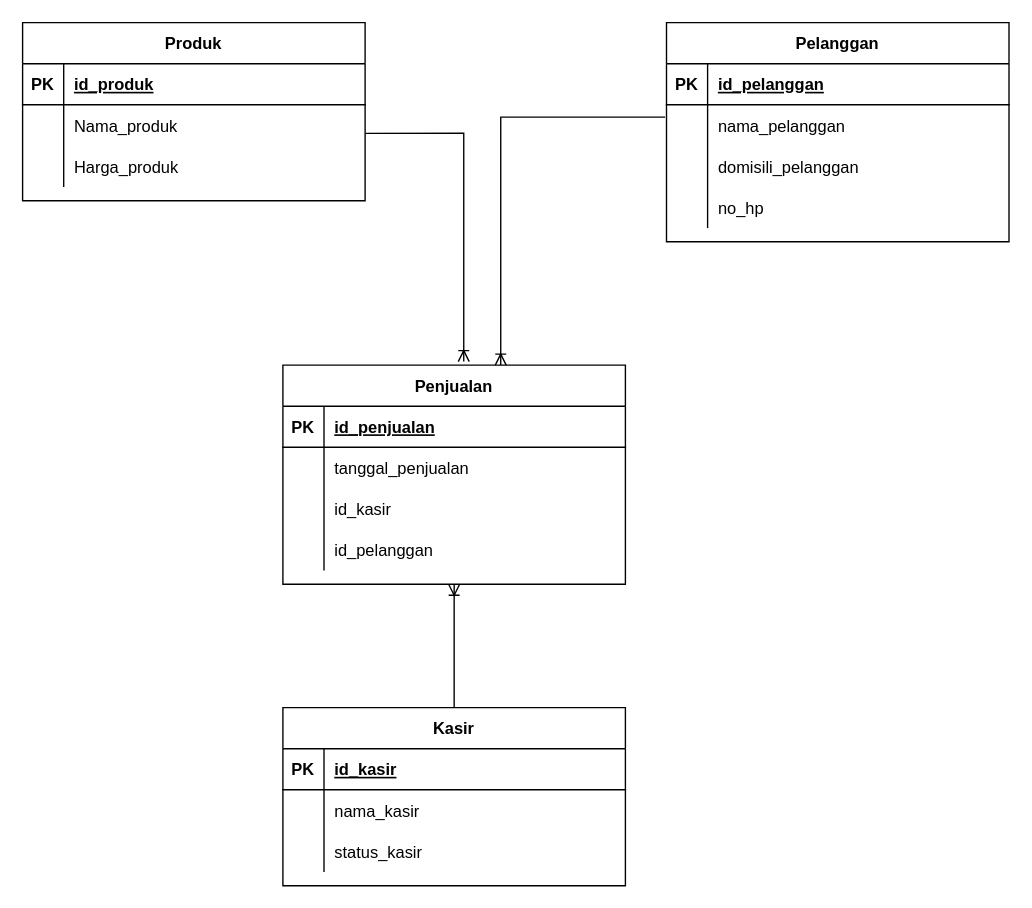
Before: SI10_Tugas3_0110121210.drawio in FaisalAkhdan/ERD-Penjualan, a draw.io diagram. Source tidied: cells renumbered, new cells numbered last; positions are measured from the earlier drawing's top-left corner, leaving out a move shared by most shapes. Both pictures are drawn from the tidied source at 137%, with x=0, y=0 at pixel (22, 22).
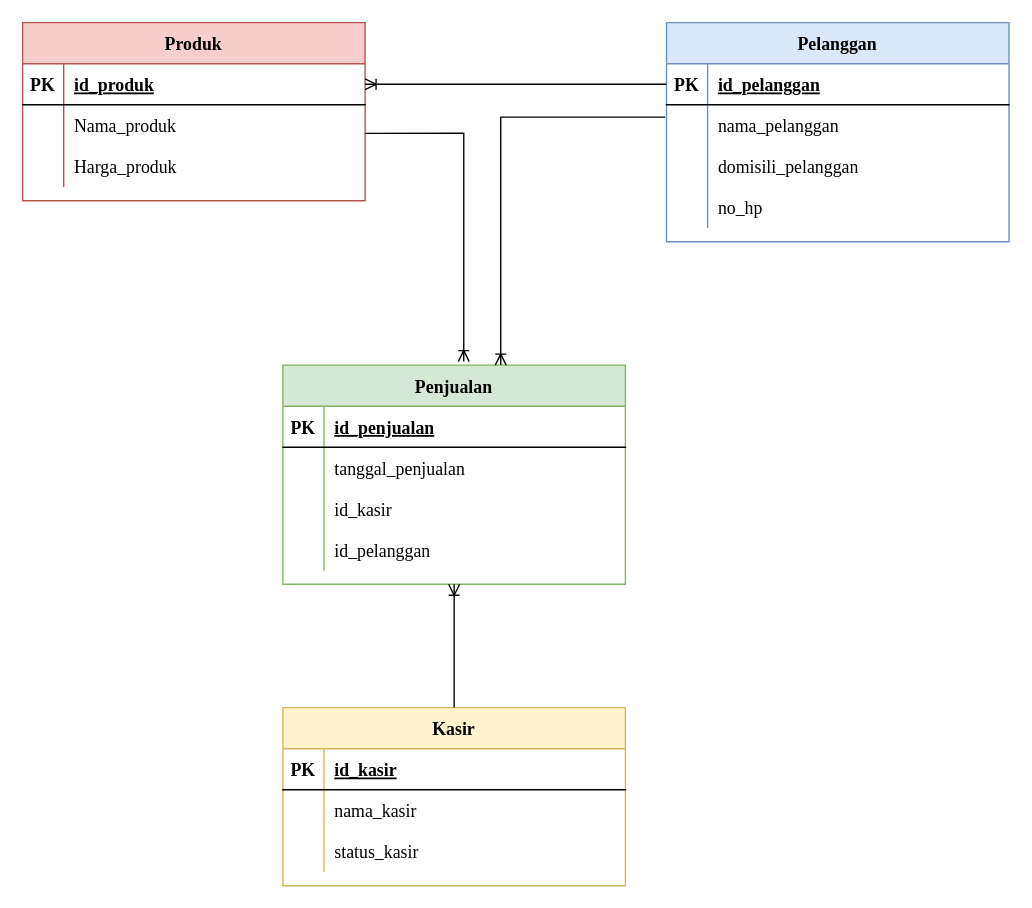
The same diagram, later.

What changed in the source:
```diff
@@
-    <mxCell id="2" value="Pelanggan" style="shape=table;startSize=30;childLayout=tableLayout;rowLines=0;fontStyle=1;align=center;" parent="1" vertex="1">
+    <mxCell id="2" value="Pelanggan" style="shape=table;startSize=30;childLayout=tableLayout;rowLines=0;fontStyle=1;align=center;fillColor=#dae8fc;strokeColor=#6c8ebf;fontColor=#000000;fontFamily=Times New Roman;fontSize=13;" parent="1" vertex="1">
       <mxGeometry x="470" width="250" height="160" as="geometry" />
     </mxCell>
-    <mxCell id="3" style="shape=partialRectangle;fillColor=none;points=[[0,0.5],[1,0.5]];portConstraint=eastwest;top=0;left=0;right=0;bottom=1;" parent="2" vertex="1">
+    <mxCell id="3" style="shape=partialRectangle;fillColor=none;points=[[0,0.5],[1,0.5]];portConstraint=eastwest;top=0;left=0;right=0;bottom=1;fontColor=#000000;fontFamily=Times New Roman;fontSize=13;" parent="2" vertex="1">
       <mxGeometry y="30" width="250" height="30" as="geometry" />
     </mxCell>
-    <mxCell id="4" value="PK" style="shape=partialRectangle;overflow=hidden;fillColor=none;top=0;left=0;bottom=0;right=0;fontStyle=1;" parent="3" vertex="1">
+    <mxCell id="4" value="PK" style="shape=partialRectangle;overflow=hidden;fillColor=none;top=0;left=0;bottom=0;right=0;fontStyle=1;fontColor=#000000;fontFamily=Times New Roman;fontSize=13;" parent="3" vertex="1">
       <mxGeometry width="30" height="30" as="geometry" />
     </mxCell>
-    <mxCell id="5" value="id_pelanggan" style="shape=partialRectangle;overflow=hidden;fillColor=none;top=0;left=0;bottom=0;right=0;align=left;spacingLeft=6;fontStyle=5;" parent="3" vertex="1">
+    <mxCell id="5" value="id_pelanggan" style="shape=partialRectangle;overflow=hidden;fillColor=none;top=0;left=0;bottom=0;right=0;align=left;spacingLeft=6;fontStyle=5;fontColor=#000000;fontFamily=Times New Roman;fontSize=13;" parent="3" vertex="1">
       <mxGeometry x="30" width="220" height="30" as="geometry" />
     </mxCell>
-    <mxCell id="6" style="shape=partialRectangle;fillColor=none;points=[[0,0.5],[1,0.5]];portConstraint=eastwest;top=0;left=0;right=0;bottom=0;" parent="2" vertex="1">
+    <mxCell id="6" style="shape=partialRectangle;fillColor=none;points=[[0,0.5],[1,0.5]];portConstraint=eastwest;top=0;left=0;right=0;bottom=0;fontColor=#000000;fontFamily=Times New Roman;fontSize=13;" parent="2" vertex="1">
       <mxGeometry y="60" width="250" height="30" as="geometry" />
     </mxCell>
-    <mxCell id="7" style="shape=partialRectangle;overflow=hidden;fillColor=none;top=0;left=0;bottom=0;right=0;" parent="6" vertex="1">
+    <mxCell id="7" style="shape=partialRectangle;overflow=hidden;fillColor=none;top=0;left=0;bottom=0;right=0;fontColor=#000000;fontFamily=Times New Roman;fontSize=13;" parent="6" vertex="1">
       <mxGeometry width="30" height="30" as="geometry" />
     </mxCell>
-    <mxCell id="8" value="nama_pelanggan" style="shape=partialRectangle;overflow=hidden;fillColor=none;top=0;left=0;bottom=0;right=0;align=left;spacingLeft=6;" parent="6" vertex="1">
+    <mxCell id="8" value="nama_pelanggan" style="shape=partialRectangle;overflow=hidden;fillColor=none;top=0;left=0;bottom=0;right=0;align=left;spacingLeft=6;fontColor=#000000;fontFamily=Times New Roman;fontSize=13;" parent="6" vertex="1">
       <mxGeometry x="30" width="220" height="30" as="geometry" />
     </mxCell>
-    <mxCell id="9" style="shape=partialRectangle;fillColor=none;top=0;left=0;right=0;bottom=0;" parent="2" vertex="1">
+    <mxCell id="9" style="shape=partialRectangle;fillColor=none;top=0;left=0;right=0;bottom=0;fontColor=#000000;fontFamily=Times New Roman;fontSize=13;" parent="2" vertex="1">
       <mxGeometry y="90" width="250" height="30" as="geometry" />
     </mxCell>
-    <mxCell id="10" style="shape=partialRectangle;overflow=hidden;fillColor=none;top=0;left=0;bottom=0;right=0;" parent="9" vertex="1">
+    <mxCell id="10" style="shape=partialRectangle;overflow=hidden;fillColor=none;top=0;left=0;bottom=0;right=0;fontColor=#000000;fontFamily=Times New Roman;fontSize=13;" parent="9" vertex="1">
       <mxGeometry width="30" height="30" as="geometry" />
     </mxCell>
-    <mxCell id="11" value="domisili_pelanggan" style="shape=partialRectangle;overflow=hidden;fillColor=none;top=0;left=0;bottom=0;right=0;align=left;spacingLeft=6;" parent="9" vertex="1">
+    <mxCell id="11" value="domisili_pelanggan" style="shape=partialRectangle;overflow=hidden;fillColor=none;top=0;left=0;bottom=0;right=0;align=left;spacingLeft=6;fontColor=#000000;fontFamily=Times New Roman;fontSize=13;" parent="9" vertex="1">
       <mxGeometry x="30" width="220" height="30" as="geometry" />
     </mxCell>
-    <mxCell id="12" style="shape=partialRectangle;fillColor=none;top=0;left=0;right=0;bottom=0;" parent="2" vertex="1">
+    <mxCell id="12" style="shape=partialRectangle;fillColor=none;top=0;left=0;right=0;bottom=0;fontColor=#000000;fontFamily=Times New Roman;fontSize=13;" parent="2" vertex="1">
       <mxGeometry y="120" width="250" height="30" as="geometry" />
     </mxCell>
-    <mxCell id="13" style="shape=partialRectangle;overflow=hidden;fillColor=none;top=0;left=0;bottom=0;right=0;" parent="12" vertex="1">
+    <mxCell id="13" style="shape=partialRectangle;overflow=hidden;fillColor=none;top=0;left=0;bottom=0;right=0;fontColor=#000000;fontFamily=Times New Roman;fontSize=13;" parent="12" vertex="1">
       <mxGeometry width="30" height="30" as="geometry" />
     </mxCell>
-    <mxCell id="14" value="no_hp" style="shape=partialRectangle;overflow=hidden;fillColor=none;top=0;left=0;bottom=0;right=0;align=left;spacingLeft=6;" parent="12" vertex="1">
+    <mxCell id="14" value="no_hp" style="shape=partialRectangle;overflow=hidden;fillColor=none;top=0;left=0;bottom=0;right=0;align=left;spacingLeft=6;fontColor=#000000;fontFamily=Times New Roman;fontSize=13;" parent="12" vertex="1">
       <mxGeometry x="30" width="220" height="30" as="geometry" />
     </mxCell>
-    <mxCell id="15" value="Kasir" style="shape=table;startSize=30;childLayout=tableLayout;rowLines=0;fontStyle=1;align=center;" parent="1" vertex="1">
+    <mxCell id="15" value="Kasir" style="shape=table;startSize=30;childLayout=tableLayout;rowLines=0;fontStyle=1;align=center;fillColor=#fff2cc;strokeColor=#d6b656;fontColor=#000000;fontFamily=Times New Roman;fontSize=13;" parent="1" vertex="1">
       <mxGeometry x="190" y="500" width="250" height="130" as="geometry" />
     </mxCell>
-    <mxCell id="16" style="shape=partialRectangle;fillColor=none;top=0;left=0;right=0;bottom=1;" parent="15" vertex="1">
+    <mxCell id="16" style="shape=partialRectangle;fillColor=none;top=0;left=0;right=0;bottom=1;fontColor=#000000;fontFamily=Times New Roman;fontSize=13;" parent="15" vertex="1">
       <mxGeometry y="30" width="250" height="30" as="geometry" />
     </mxCell>
-    <mxCell id="17" value="PK" style="shape=partialRectangle;overflow=hidden;fillColor=none;top=0;left=0;bottom=0;right=0;fontStyle=1;" parent="16" vertex="1">
+    <mxCell id="17" value="PK" style="shape=partialRectangle;overflow=hidden;fillColor=none;top=0;left=0;bottom=0;right=0;fontStyle=1;fontColor=#000000;fontFamily=Times New Roman;fontSize=13;" parent="16" vertex="1">
       <mxGeometry width="30" height="30" as="geometry" />
     </mxCell>
-    <mxCell id="18" value="id_kasir" style="shape=partialRectangle;overflow=hidden;fillColor=none;top=0;left=0;bottom=0;right=0;align=left;spacingLeft=6;fontStyle=5;" parent="16" vertex="1">
+    <mxCell id="18" value="id_kasir" style="shape=partialRectangle;overflow=hidden;fillColor=none;top=0;left=0;bottom=0;right=0;align=left;spacingLeft=6;fontStyle=5;fontColor=#000000;fontFamily=Times New Roman;fontSize=13;" parent="16" vertex="1">
       <mxGeometry x="30" width="220" height="30" as="geometry" />
     </mxCell>
-    <mxCell id="19" style="shape=partialRectangle;fillColor=none;top=0;left=0;right=0;bottom=0;" parent="15" vertex="1">
+    <mxCell id="19" style="shape=partialRectangle;fillColor=none;top=0;left=0;right=0;bottom=0;fontColor=#000000;fontFamily=Times New Roman;fontSize=13;" parent="15" vertex="1">
       <mxGeometry y="60" width="250" height="30" as="geometry" />
     </mxCell>
-    <mxCell id="20" style="shape=partialRectangle;overflow=hidden;fillColor=none;top=0;left=0;bottom=0;right=0;" parent="19" vertex="1">
+    <mxCell id="20" style="shape=partialRectangle;overflow=hidden;fillColor=none;top=0;left=0;bottom=0;right=0;fontColor=#000000;fontFamily=Times New Roman;fontSize=13;" parent="19" vertex="1">
       <mxGeometry width="30" height="30" as="geometry" />
     </mxCell>
-    <mxCell id="21" value="nama_kasir" style="shape=partialRectangle;overflow=hidden;fillColor=none;top=0;left=0;bottom=0;right=0;align=left;spacingLeft=6;" parent="19" vertex="1">
+    <mxCell id="21" value="nama_kasir" style="shape=partialRectangle;overflow=hidden;fillColor=none;top=0;left=0;bottom=0;right=0;align=left;spacingLeft=6;fontColor=#000000;fontFamily=Times New Roman;fontSize=13;" parent="19" vertex="1">
       <mxGeometry x="30" width="220" height="30" as="geometry" />
     </mxCell>
-    <mxCell id="22" style="shape=partialRectangle;fillColor=none;top=0;left=0;right=0;bottom=0;" parent="15" vertex="1">
+    <mxCell id="22" style="shape=partialRectangle;fillColor=none;top=0;left=0;right=0;bottom=0;fontColor=#000000;fontFamily=Times New Roman;fontSize=13;" parent="15" vertex="1">
       <mxGeometry y="90" width="250" height="30" as="geometry" />
     </mxCell>
-    <mxCell id="23" style="shape=partialRectangle;overflow=hidden;fillColor=none;top=0;left=0;bottom=0;right=0;" parent="22" vertex="1">
+    <mxCell id="23" style="shape=partialRectangle;overflow=hidden;fillColor=none;top=0;left=0;bottom=0;right=0;fontColor=#000000;fontFamily=Times New Roman;fontSize=13;" parent="22" vertex="1">
       <mxGeometry width="30" height="30" as="geometry" />
     </mxCell>
-    <mxCell id="24" value="status_kasir" style="shape=partialRectangle;overflow=hidden;fillColor=none;top=0;left=0;bottom=0;right=0;align=left;spacingLeft=6;" parent="22" vertex="1">
+    <mxCell id="24" value="status_kasir" style="shape=partialRectangle;overflow=hidden;fillColor=none;top=0;left=0;bottom=0;right=0;align=left;spacingLeft=6;fontColor=#000000;fontFamily=Times New Roman;fontSize=13;" parent="22" vertex="1">
       <mxGeometry x="30" width="220" height="30" as="geometry" />
     </mxCell>
-    <mxCell id="25" value="Produk" style="shape=table;startSize=30;childLayout=tableLayout;rowLines=0;fontStyle=1;align=center;" parent="1" vertex="1">
+    <mxCell id="25" value="Produk" style="shape=table;startSize=30;childLayout=tableLayout;rowLines=0;fontStyle=1;align=center;fillColor=#f8cecc;strokeColor=#b85450;fontColor=#000000;fontFamily=Times New Roman;fontSize=13;" parent="1" vertex="1">
       <mxGeometry width="250" height="130" as="geometry" />
     </mxCell>
-    <mxCell id="26" style="shape=partialRectangle;fillColor=none;points=[[0,0.5],[1,0.5]];portConstraint=eastwest;top=0;left=0;right=0;bottom=1;" parent="25" vertex="1">
+    <mxCell id="26" style="shape=partialRectangle;fillColor=none;points=[[0,0.5],[1,0.5]];portConstraint=eastwest;top=0;left=0;right=0;bottom=1;fontColor=#000000;fontFamily=Times New Roman;fontSize=13;" parent="25" vertex="1">
       <mxGeometry y="30" width="250" height="30" as="geometry" />
     </mxCell>
-    <mxCell id="27" value="PK" style="shape=partialRectangle;overflow=hidden;fillColor=none;top=0;left=0;bottom=0;right=0;fontStyle=1;" parent="26" vertex="1">
+    <mxCell id="27" value="PK" style="shape=partialRectangle;overflow=hidden;fillColor=none;top=0;left=0;bottom=0;right=0;fontStyle=1;fontColor=#000000;fontFamily=Times New Roman;fontSize=13;" parent="26" vertex="1">
       <mxGeometry width="30" height="30" as="geometry" />
     </mxCell>
-    <mxCell id="28" value="id_produk" style="shape=partialRectangle;overflow=hidden;fillColor=none;top=0;left=0;bottom=0;right=0;align=left;spacingLeft=6;fontStyle=5;" parent="26" vertex="1">
+    <mxCell id="28" value="id_produk" style="shape=partialRectangle;overflow=hidden;fillColor=none;top=0;left=0;bottom=0;right=0;align=left;spacingLeft=6;fontStyle=5;fontColor=#000000;fontFamily=Times New Roman;fontSize=13;" parent="26" vertex="1">
       <mxGeometry x="30" width="220" height="30" as="geometry" />
     </mxCell>
-    <mxCell id="29" style="shape=partialRectangle;fillColor=none;points=[[0,0.5],[1,0.5]];portConstraint=eastwest;top=0;left=0;right=0;bottom=0;" parent="25" vertex="1">
+    <mxCell id="29" style="shape=partialRectangle;fillColor=none;points=[[0,0.5],[1,0.5]];portConstraint=eastwest;top=0;left=0;right=0;bottom=0;fontColor=#000000;fontFamily=Times New Roman;fontSize=13;" parent="25" vertex="1">
       <mxGeometry y="60" width="250" height="30" as="geometry" />
     </mxCell>
-    <mxCell id="30" style="shape=partialRectangle;overflow=hidden;fillColor=none;top=0;left=0;bottom=0;right=0;" parent="29" vertex="1">
+    <mxCell id="30" style="shape=partialRectangle;overflow=hidden;fillColor=none;top=0;left=0;bottom=0;right=0;fontColor=#000000;fontFamily=Times New Roman;fontSize=13;" parent="29" vertex="1">
       <mxGeometry width="30" height="30" as="geometry" />
     </mxCell>
-    <mxCell id="31" value="Nama_produk" style="shape=partialRectangle;overflow=hidden;fillColor=none;top=0;left=0;bottom=0;right=0;align=left;spacingLeft=6;" parent="29" vertex="1">
+    <mxCell id="31" value="Nama_produk" style="shape=partialRectangle;overflow=hidden;fillColor=none;top=0;left=0;bottom=0;right=0;align=left;spacingLeft=6;fontColor=#000000;fontFamily=Times New Roman;fontSize=13;" parent="29" vertex="1">
       <mxGeometry x="30" width="220" height="30" as="geometry" />
     </mxCell>
-    <mxCell id="32" style="shape=partialRectangle;fillColor=none;top=0;left=0;right=0;bottom=0;" parent="25" vertex="1">
+    <mxCell id="32" style="shape=partialRectangle;fillColor=none;top=0;left=0;right=0;bottom=0;fontColor=#000000;fontFamily=Times New Roman;fontSize=13;" parent="25" vertex="1">
       <mxGeometry y="90" width="250" height="30" as="geometry" />
     </mxCell>
-    <mxCell id="33" style="shape=partialRectangle;overflow=hidden;fillColor=none;top=0;left=0;bottom=0;right=0;" parent="32" vertex="1">
+    <mxCell id="33" style="shape=partialRectangle;overflow=hidden;fillColor=none;top=0;left=0;bottom=0;right=0;fontColor=#000000;fontFamily=Times New Roman;fontSize=13;" parent="32" vertex="1">
       <mxGeometry width="30" height="30" as="geometry" />
     </mxCell>
-    <mxCell id="34" value="Harga_produk" style="shape=partialRectangle;overflow=hidden;fillColor=none;top=0;left=0;bottom=0;right=0;align=left;spacingLeft=6;" parent="32" vertex="1">
+    <mxCell id="34" value="Harga_produk" style="shape=partialRectangle;overflow=hidden;fillColor=none;top=0;left=0;bottom=0;right=0;align=left;spacingLeft=6;fontColor=#000000;fontFamily=Times New Roman;fontSize=13;" parent="32" vertex="1">
       <mxGeometry x="30" width="220" height="30" as="geometry" />
     </mxCell>
-    <mxCell id="35" value="Penjualan" style="shape=table;startSize=30;childLayout=tableLayout;rowLines=0;fontStyle=1;align=center;" parent="1" vertex="1">
+    <mxCell id="35" value="Penjualan" style="shape=table;startSize=30;childLayout=tableLayout;rowLines=0;fontStyle=1;align=center;fillColor=#d5e8d4;strokeColor=#82b366;fontColor=#000000;fontFamily=Times New Roman;fontSize=13;" parent="1" vertex="1">
       <mxGeometry x="190" y="250" width="250" height="160" as="geometry" />
     </mxCell>
-    <mxCell id="36" style="shape=partialRectangle;fillColor=none;top=0;left=0;right=0;bottom=1;" parent="35" vertex="1">
+    <mxCell id="36" style="shape=partialRectangle;fillColor=none;top=0;left=0;right=0;bottom=1;fontColor=#000000;fontFamily=Times New Roman;fontSize=13;" parent="35" vertex="1">
       <mxGeometry y="30" width="250" height="30" as="geometry" />
     </mxCell>
-    <mxCell id="37" value="PK" style="shape=partialRectangle;overflow=hidden;fillColor=none;top=0;left=0;bottom=0;right=0;fontStyle=1;" parent="36" vertex="1">
+    <mxCell id="37" value="PK" style="shape=partialRectangle;overflow=hidden;fillColor=none;top=0;left=0;bottom=0;right=0;fontStyle=1;fontColor=#000000;fontFamily=Times New Roman;fontSize=13;" parent="36" vertex="1">
       <mxGeometry width="30" height="30" as="geometry" />
     </mxCell>
-    <mxCell id="38" value="id_penjualan" style="shape=partialRectangle;overflow=hidden;fillColor=none;top=0;left=0;bottom=0;right=0;align=left;spacingLeft=6;fontStyle=5;" parent="36" vertex="1">
+    <mxCell id="38" value="id_penjualan" style="shape=partialRectangle;overflow=hidden;fillColor=none;top=0;left=0;bottom=0;right=0;align=left;spacingLeft=6;fontStyle=5;fontColor=#000000;fontFamily=Times New Roman;fontSize=13;" parent="36" vertex="1">
       <mxGeometry x="30" width="220" height="30" as="geometry" />
     </mxCell>
-    <mxCell id="39" style="shape=partialRectangle;fillColor=none;top=0;left=0;right=0;bottom=0;" parent="35" vertex="1">
+    <mxCell id="39" style="shape=partialRectangle;fillColor=none;top=0;left=0;right=0;bottom=0;fontColor=#000000;fontFamily=Times New Roman;fontSize=13;" parent="35" vertex="1">
       <mxGeometry y="60" width="250" height="30" as="geometry" />
     </mxCell>
-    <mxCell id="40" style="shape=partialRectangle;overflow=hidden;fillColor=none;top=0;left=0;bottom=0;right=0;" parent="39" vertex="1">
+    <mxCell id="40" style="shape=partialRectangle;overflow=hidden;fillColor=none;top=0;left=0;bottom=0;right=0;fontColor=#000000;fontFamily=Times New Roman;fontSize=13;" parent="39" vertex="1">
       <mxGeometry width="30" height="30" as="geometry" />
     </mxCell>
-    <mxCell id="41" value="tanggal_penjualan" style="shape=partialRectangle;overflow=hidden;fillColor=none;top=0;left=0;bottom=0;right=0;align=left;spacingLeft=6;" parent="39" vertex="1">
+    <mxCell id="41" value="tanggal_penjualan" style="shape=partialRectangle;overflow=hidden;fillColor=none;top=0;left=0;bottom=0;right=0;align=left;spacingLeft=6;fontColor=#000000;fontFamily=Times New Roman;fontSize=13;" parent="39" vertex="1">
       <mxGeometry x="30" width="220" height="30" as="geometry" />
     </mxCell>
-    <mxCell id="42" style="shape=partialRectangle;fillColor=none;top=0;left=0;right=0;bottom=0;" parent="35" vertex="1">
+    <mxCell id="42" style="shape=partialRectangle;fillColor=none;top=0;left=0;right=0;bottom=0;fontColor=#000000;fontFamily=Times New Roman;fontSize=13;" parent="35" vertex="1">
       <mxGeometry y="90" width="250" height="30" as="geometry" />
     </mxCell>
-    <mxCell id="43" style="shape=partialRectangle;overflow=hidden;fillColor=none;top=0;left=0;bottom=0;right=0;" parent="42" vertex="1">
+    <mxCell id="43" style="shape=partialRectangle;overflow=hidden;fillColor=none;top=0;left=0;bottom=0;right=0;fontColor=#000000;fontFamily=Times New Roman;fontSize=13;" parent="42" vertex="1">
       <mxGeometry width="30" height="30" as="geometry" />
     </mxCell>
-    <mxCell id="44" value="id_kasir" style="shape=partialRectangle;overflow=hidden;fillColor=none;top=0;left=0;bottom=0;right=0;align=left;spacingLeft=6;" parent="42" vertex="1">
+    <mxCell id="44" value="id_kasir" style="shape=partialRectangle;overflow=hidden;fillColor=none;top=0;left=0;bottom=0;right=0;align=left;spacingLeft=6;fontColor=#000000;fontFamily=Times New Roman;fontSize=13;" parent="42" vertex="1">
       <mxGeometry x="30" width="220" height="30" as="geometry" />
     </mxCell>
-    <mxCell id="45" style="shape=partialRectangle;fillColor=none;top=0;left=0;right=0;bottom=0;" parent="35" vertex="1">
+    <mxCell id="45" style="shape=partialRectangle;fillColor=none;top=0;left=0;right=0;bottom=0;fontColor=#000000;fontFamily=Times New Roman;fontSize=13;" parent="35" vertex="1">
       <mxGeometry y="120" width="250" height="30" as="geometry" />
     </mxCell>
-    <mxCell id="46" style="shape=partialRectangle;overflow=hidden;fillColor=none;top=0;left=0;bottom=0;right=0;" parent="45" vertex="1">
+    <mxCell id="46" style="shape=partialRectangle;overflow=hidden;fillColor=none;top=0;left=0;bottom=0;right=0;fontColor=#000000;fontFamily=Times New Roman;fontSize=13;" parent="45" vertex="1">
       <mxGeometry width="30" height="30" as="geometry" />
     </mxCell>
-    <mxCell id="47" value="id_pelanggan" style="shape=partialRectangle;overflow=hidden;fillColor=none;top=0;left=0;bottom=0;right=0;align=left;spacingLeft=6;" parent="45" vertex="1">
+    <mxCell id="47" value="id_pelanggan" style="shape=partialRectangle;overflow=hidden;fillColor=none;top=0;left=0;bottom=0;right=0;align=left;spacingLeft=6;fontColor=#000000;fontFamily=Times New Roman;fontSize=13;" parent="45" vertex="1">
       <mxGeometry x="30" width="220" height="30" as="geometry" />
     </mxCell>
-    <mxCell id="48" style="edgeStyle=orthogonalEdgeStyle;fontSize=12;html=1;endArrow=ERoneToMany;rounded=0;entryX=0.528;entryY=-0.016;entryDx=0;entryDy=0;entryPerimeter=0;exitX=1.001;exitY=0.694;exitDx=0;exitDy=0;exitPerimeter=0;" parent="1" edge="1" source="29" target="35">
+    <mxCell id="48" style="edgeStyle=orthogonalEdgeStyle;fontSize=13;html=1;endArrow=ERoneToMany;rounded=0;entryX=0.528;entryY=-0.016;entryDx=0;entryDy=0;entryPerimeter=0;exitX=1.001;exitY=0.694;exitDx=0;exitDy=0;exitPerimeter=0;fontColor=#000000;fontFamily=Times New Roman;" parent="1" edge="1" source="29" target="35">
       <mxGeometry relative="1" as="geometry" />
     </mxCell>
-    <mxCell id="49" style="fontSize=12;html=1;endArrow=ERoneToMany;rounded=0;exitX=0.5;exitY=0;exitDx=0;exitDy=0;entryX=0.5;entryY=1;entryDx=0;entryDy=0;" parent="1" edge="1" source="15" target="35">
+    <mxCell id="49" style="fontSize=13;html=1;endArrow=ERoneToMany;rounded=0;exitX=0.5;exitY=0;exitDx=0;exitDy=0;entryX=0.5;entryY=1;entryDx=0;entryDy=0;fontColor=#000000;fontFamily=Times New Roman;" parent="1" edge="1" source="15" target="35">
       <mxGeometry relative="1" as="geometry" />
     </mxCell>
-    <mxCell id="50" style="edgeStyle=orthogonalEdgeStyle;fontSize=12;html=1;endArrow=ERoneToMany;rounded=0;entryX=0.636;entryY=0;entryDx=0;entryDy=0;entryPerimeter=0;exitX=-0.004;exitY=0.3;exitDx=0;exitDy=0;exitPerimeter=0;" parent="1" edge="1" source="6" target="35">
+    <mxCell id="50" style="edgeStyle=orthogonalEdgeStyle;fontSize=13;html=1;endArrow=ERoneToMany;rounded=0;entryX=0.636;entryY=0;entryDx=0;entryDy=0;entryPerimeter=0;exitX=-0.004;exitY=0.3;exitDx=0;exitDy=0;exitPerimeter=0;fontColor=#000000;fontFamily=Times New Roman;" parent="1" edge="1" source="6" target="35">
       <mxGeometry relative="1" as="geometry" />
     </mxCell>
+    <mxCell id="51" style="edgeStyle=entityRelationEdgeStyle;fontSize=13;html=1;endArrow=ERoneToMany;rounded=0;entryX=1;entryY=0.5;entryDx=0;entryDy=0;exitX=0;exitY=0.5;exitDx=0;exitDy=0;fontColor=#000000;fontFamily=Times New Roman;" parent="1" edge="1" source="3" target="26">
+      <mxGeometry relative="1" as="geometry" />
+    </mxCell>
```
